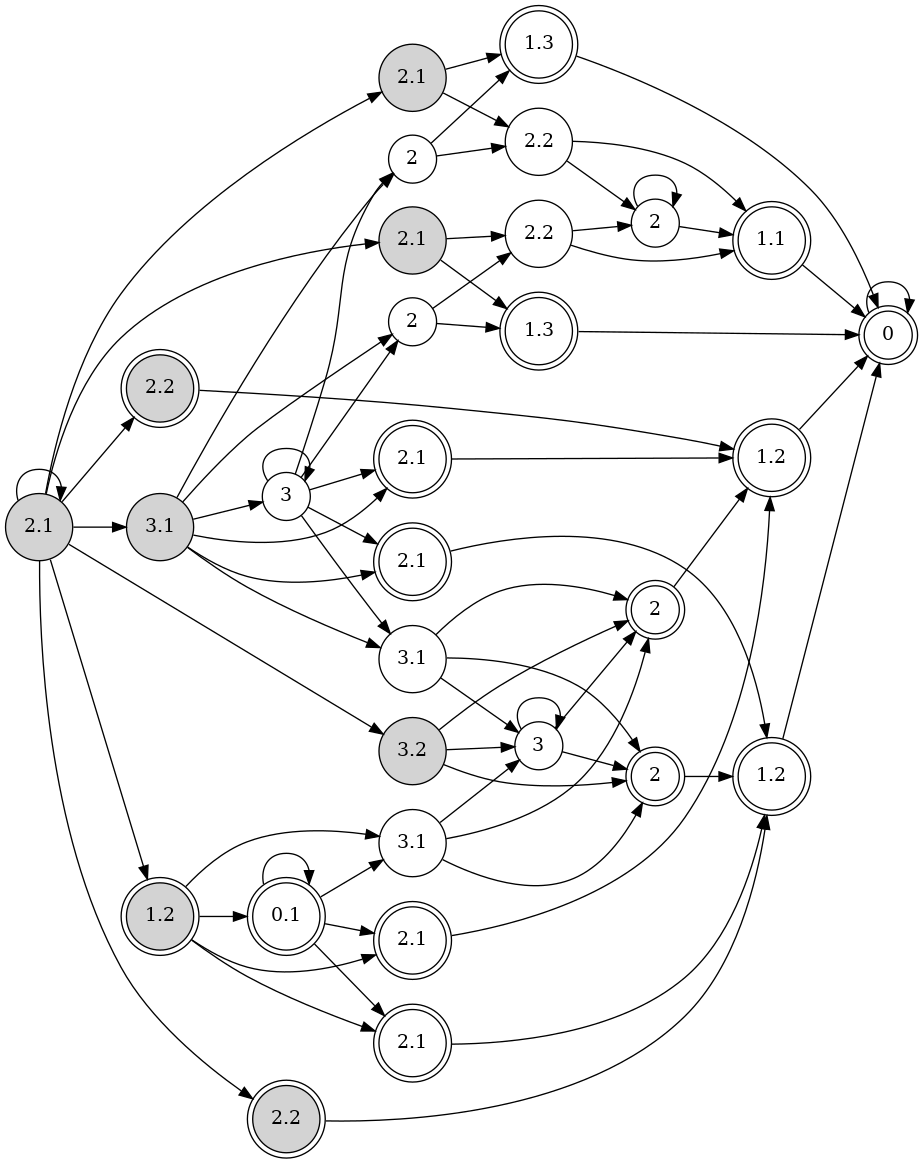
Above: cmake-build-debug/SBA.png in Tj-Cong/EnPAC_2021_RD (Graphviz), before the change. Its source is kept beside it as cmake-build-debug/SBA.dot.
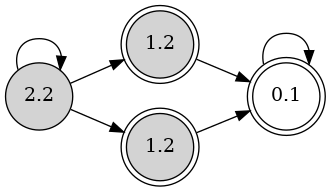
The same diagram one commit later.

Change to the diagram source:
```diff
@@ -1,14 +1,10 @@
 digraph SBA{
 	rankdir=LR
-	0 [shape=circle,style=filled,label="2"]
-	1 [shape=doublecircle,style=filled,label="1.1"]
-	2 [shape=doublecircle,style=filled,label="1.1"]
-	3 [shape=doublecircle,label="0"]
+	0 [shape=doublecircle,style=filled,label="0.1"]
+	1 [shape=doublecircle,style=filled,label="0.1"]
 
 	0->0
 	0->1
-	0->2
-	1->3
-	2->3
-	3->3
+	1->0
+	1->1
 }
```
